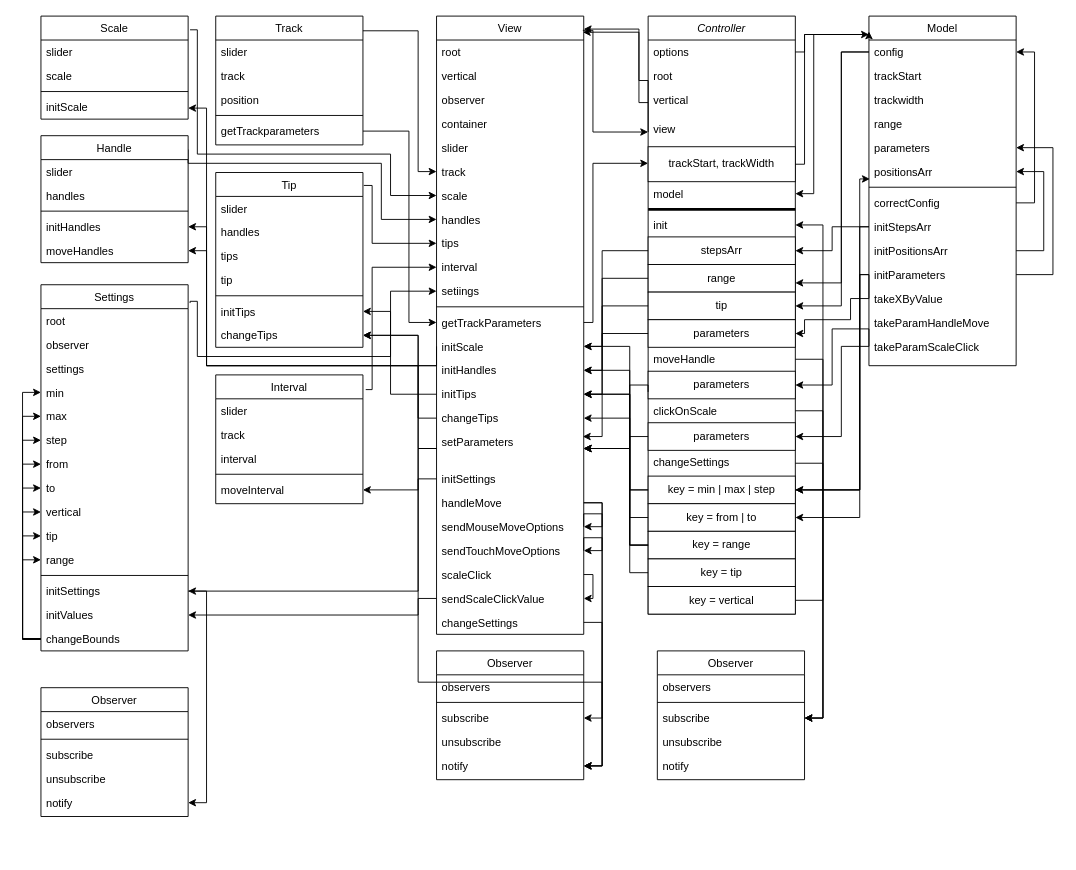
Earlier version of the draw.io diagram Untitled Diagram.drawio (galiaMuslimova/Slider). Source tidied: cells renumbered, new cells numbered last; positions are measured from the earlier drawing's top-left corner, leaving out a move shared by most shapes. Both pictures are drawn from the tidied source at 92%, with x=0, y=0 at pixel (40, 16).
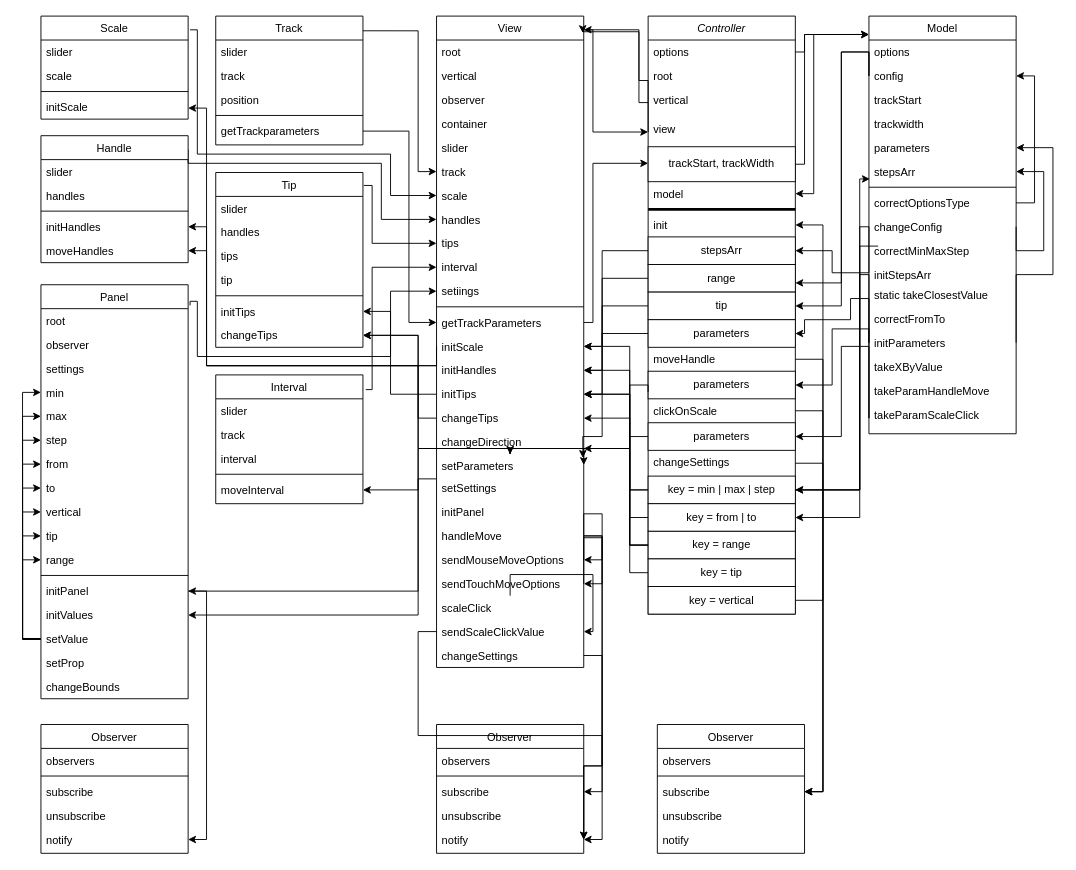
After the change.

The change refers to these unchanged cells:
```xml
<mxCell id="69" value="key = from | to" style="rounded=0;whiteSpace=wrap;html=1;" parent="50" vertex="1">
  <mxGeometry y="530" width="160" height="30" as="geometry" />
</mxCell>
```

The edit, as a diff of the source:
```diff
@@
     <mxCell id="2" value="View" style="swimlane;fontStyle=0;align=center;verticalAlign=top;horizontal=1;startSize=26;rounded=0;shadow=0;strokeWidth=1;" parent="1" vertex="1">
-      <mxGeometry x="430" width="160" height="672" as="geometry" />
+      <mxGeometry x="430" width="160" height="708" as="geometry" />
     </mxCell>
@@
+    <mxCell id="200" value="changeDirection" style="text;align=left;verticalAlign=top;spacingLeft=4;spacingRight=4;overflow=hidden;" parent="2" vertex="1">
+      <mxGeometry y="450" width="160" height="26" as="geometry" />
+    </mxCell>
     <mxCell id="20" value="setParameters" style="text;align=left;verticalAlign=top;spacingLeft=4;spacingRight=4;overflow=hidden;points=[[0,0.5],[1,0.5]];portConstraint=eastwest;" parent="2" vertex="1">
-      <mxGeometry y="450" width="160" height="40" as="geometry" />
+      <mxGeometry y="476" width="160" height="24" as="geometry" />
     </mxCell>
-    <mxCell id="21" value="initSettings" style="text;align=left;verticalAlign=top;spacingLeft=4;spacingRight=4;overflow=hidden;points=[[0,0.5],[1,0.5]];portConstraint=eastwest;" parent="2" vertex="1">
-      <mxGeometry y="490" width="160" height="26" as="geometry" />
+    <mxCell id="21" value="setSettings" style="text;align=left;verticalAlign=top;spacingLeft=4;spacingRight=4;overflow=hidden;points=[[0,0.5],[1,0.5]];portConstraint=eastwest;" parent="2" vertex="1">
+      <mxGeometry y="500" width="160" height="26" as="geometry" />
     </mxCell>
@@
+    <mxCell id="201" value="initPanel" style="text;align=left;verticalAlign=top;spacingLeft=4;spacingRight=4;overflow=hidden;" parent="2" vertex="1">
+      <mxGeometry y="526" width="160" height="26" as="geometry" />
+    </mxCell>
     <mxCell id="24" value="handleMove" style="text;align=left;verticalAlign=top;spacingLeft=4;spacingRight=4;overflow=hidden;points=[[0,0.5],[1,0.5]];portConstraint=eastwest;" parent="2" vertex="1">
-      <mxGeometry y="516" width="160" height="26" as="geometry" />
+      <mxGeometry y="552" width="160" height="26" as="geometry" />
     </mxCell>
     <mxCell id="25" value="sendMouseMoveOptions" style="text;align=left;verticalAlign=top;spacingLeft=4;spacingRight=4;overflow=hidden;points=[[0,0.5],[1,0.5]];portConstraint=eastwest;" parent="2" vertex="1">
-      <mxGeometry y="542" width="160" height="26" as="geometry" />
+      <mxGeometry y="578" width="160" height="26" as="geometry" />
     </mxCell>
     <mxCell id="26" value="sendTouchMoveOptions" style="text;align=left;verticalAlign=top;spacingLeft=4;spacingRight=4;overflow=hidden;points=[[0,0.5],[1,0.5]];portConstraint=eastwest;" parent="2" vertex="1">
-      <mxGeometry y="568" width="160" height="26" as="geometry" />
+      <mxGeometry y="604" width="160" height="26" as="geometry" />
     </mxCell>
     <mxCell id="27" value="scaleClick" style="text;align=left;verticalAlign=top;spacingLeft=4;spacingRight=4;overflow=hidden;points=[[0,0.5],[1,0.5]];portConstraint=eastwest;" parent="2" vertex="1">
-      <mxGeometry y="594" width="160" height="26" as="geometry" />
+      <mxGeometry y="630" width="160" height="26" as="geometry" />
     </mxCell>
     <mxCell id="28" value="sendScaleClickValue" style="text;align=left;verticalAlign=top;spacingLeft=4;spacingRight=4;overflow=hidden;points=[[0,0.5],[1,0.5]];portConstraint=eastwest;" parent="2" vertex="1">
-      <mxGeometry y="620" width="160" height="26" as="geometry" />
+      <mxGeometry y="656" width="160" height="26" as="geometry" />
     </mxCell>
     <mxCell id="29" value="changeSettings" style="text;align=left;verticalAlign=top;spacingLeft=4;spacingRight=4;overflow=hidden;points=[[0,0.5],[1,0.5]];portConstraint=eastwest;" parent="2" vertex="1">
-      <mxGeometry y="646" width="160" height="26" as="geometry" />
+      <mxGeometry y="682" width="160" height="26" as="geometry" />
     </mxCell>
@@
     <mxCell id="32" value="Model" style="swimlane;fontStyle=0;align=center;verticalAlign=top;horizontal=1;startSize=26;rounded=0;shadow=0;strokeWidth=1;" parent="1" vertex="1">
-      <mxGeometry x="900" width="160" height="380" as="geometry" />
+      <mxGeometry x="900" width="160" height="454" as="geometry" />
     </mxCell>
+    <mxCell id="36" value="options" style="text;align=left;verticalAlign=top;spacingLeft=4;spacingRight=4;overflow=hidden;rounded=0;shadow=0;html=0;" parent="32" vertex="1">
+      <mxGeometry y="26" width="160" height="26" as="geometry" />
+    </mxCell>
     <mxCell id="33" value="config" style="text;align=left;verticalAlign=top;spacingLeft=4;spacingRight=4;overflow=hidden;points=[[0,0.5],[1,0.5]];portConstraint=eastwest;rounded=0;shadow=0;html=0;" parent="32" vertex="1">
-      <mxGeometry y="26" width="160" height="26" as="geometry" />
+      <mxGeometry y="52" width="160" height="26" as="geometry" />
     </mxCell>
     <mxCell id="34" value="trackStart" style="text;align=left;verticalAlign=top;spacingLeft=4;spacingRight=4;overflow=hidden;rounded=0;shadow=0;html=0;" parent="32" vertex="1">
-      <mxGeometry y="52" width="160" height="26" as="geometry" />
+      <mxGeometry y="78" width="160" height="26" as="geometry" />
     </mxCell>
     <mxCell id="35" value="trackwidth" style="text;align=left;verticalAlign=top;spacingLeft=4;spacingRight=4;overflow=hidden;rounded=0;shadow=0;html=0;" parent="32" vertex="1">
-      <mxGeometry y="78" width="160" height="26" as="geometry" />
+      <mxGeometry y="104" width="160" height="26" as="geometry" />
     </mxCell>
-    <mxCell id="36" value="range" style="text;align=left;verticalAlign=top;spacingLeft=4;spacingRight=4;overflow=hidden;rounded=0;shadow=0;html=0;" parent="32" vertex="1">
-      <mxGeometry y="104" width="160" height="26" as="geometry" />
-    </mxCell>
@@
-    <mxCell id="38" value="positionsArr" style="text;align=left;verticalAlign=top;spacingLeft=4;spacingRight=4;overflow=hidden;points=[[0,0.5],[1,0.5]];portConstraint=eastwest;" parent="32" vertex="1">
+    <mxCell id="38" value="stepsArr" style="text;align=left;verticalAlign=top;spacingLeft=4;spacingRight=4;overflow=hidden;points=[[0,0.5],[1,0.5]];portConstraint=eastwest;" parent="32" vertex="1">
       <mxGeometry y="156" width="160" height="26" as="geometry" />
     </mxCell>
@@
-    <mxCell id="41" value="correctConfig" style="text;align=left;verticalAlign=top;spacingLeft=4;spacingRight=4;overflow=hidden;points=[[0,0.5],[1,0.5]];portConstraint=eastwest;rounded=0;shadow=0;html=0;" parent="32" vertex="1">
+    <mxCell id="41" value="correctOptionsType" style="text;align=left;verticalAlign=top;spacingLeft=4;spacingRight=4;overflow=hidden;points=[[0,0.5],[1,0.5]];portConstraint=eastwest;rounded=0;shadow=0;html=0;" parent="32" vertex="1">
       <mxGeometry y="190" width="160" height="26" as="geometry" />
     </mxCell>
+    <mxCell id="44" value="changeConfig" style="text;align=left;verticalAlign=top;spacingLeft=4;spacingRight=4;overflow=hidden;points=[[0,0.5],[1,0.5]];portConstraint=eastwest;rounded=0;shadow=0;html=0;" parent="32" vertex="1">
+      <mxGeometry y="216" width="160" height="26" as="geometry" />
+    </mxCell>
+    <mxCell id="202" value="correctMinMaxStep" style="text;align=left;verticalAlign=top;spacingLeft=4;spacingRight=4;overflow=hidden;rounded=0;shadow=0;html=0;" parent="32" vertex="1">
+      <mxGeometry y="242" width="160" height="26" as="geometry" />
+    </mxCell>
     <mxCell id="42" value="initStepsArr" style="text;align=left;verticalAlign=top;spacingLeft=4;spacingRight=4;overflow=hidden;points=[[0,0.5],[1,0.5]];portConstraint=eastwest;rounded=0;shadow=0;html=0;" parent="32" vertex="1">
-      <mxGeometry y="216" width="160" height="26" as="geometry" />
+      <mxGeometry y="268" width="160" height="22" as="geometry" />
     </mxCell>
@@
-    <mxCell id="44" value="initPositionsArr" style="text;align=left;verticalAlign=top;spacingLeft=4;spacingRight=4;overflow=hidden;points=[[0,0.5],[1,0.5]];portConstraint=eastwest;rounded=0;shadow=0;html=0;" parent="32" vertex="1">
-      <mxGeometry y="242" width="160" height="26" as="geometry" />
-    </mxCell>
@@
+    <mxCell id="203" value="static takeClosestValue" style="text;align=left;verticalAlign=top;spacingLeft=4;spacingRight=4;overflow=hidden;rounded=0;shadow=0;html=0;" parent="32" vertex="1">
+      <mxGeometry y="290" width="160" height="26" as="geometry" />
+    </mxCell>
+    <mxCell id="204" value="correctFromTo" style="text;align=left;verticalAlign=top;spacingLeft=4;spacingRight=4;overflow=hidden;rounded=0;shadow=0;html=0;" parent="32" vertex="1">
+      <mxGeometry y="316" width="160" height="26" as="geometry" />
+    </mxCell>
     <mxCell id="46" value="initParameters" style="text;align=left;verticalAlign=top;spacingLeft=4;spacingRight=4;overflow=hidden;points=[[0,0.5],[1,0.5]];portConstraint=eastwest;rounded=0;shadow=0;html=0;" parent="32" vertex="1">
-      <mxGeometry y="268" width="160" height="26" as="geometry" />
+      <mxGeometry y="342" width="160" height="26" as="geometry" />
     </mxCell>
     <mxCell id="47" value="takeXByValue" style="text;align=left;verticalAlign=top;spacingLeft=4;spacingRight=4;overflow=hidden;rounded=0;shadow=0;html=0;" parent="32" vertex="1">
-      <mxGeometry y="294" width="160" height="26" as="geometry" />
+      <mxGeometry y="368" width="160" height="26" as="geometry" />
     </mxCell>
     <mxCell id="48" value="takeParamHandleMove" style="text;align=left;verticalAlign=top;spacingLeft=4;spacingRight=4;overflow=hidden;rounded=0;shadow=0;html=0;" parent="32" vertex="1">
-      <mxGeometry y="320" width="160" height="26" as="geometry" />
+      <mxGeometry y="394" width="160" height="26" as="geometry" />
     </mxCell>
     <mxCell id="49" value="takeParamScaleClick" style="text;align=left;verticalAlign=top;spacingLeft=4;spacingRight=4;overflow=hidden;points=[[0,0.5],[1,0.5]];portConstraint=eastwest;rounded=0;shadow=0;html=0;" parent="32" vertex="1">
-      <mxGeometry y="346" width="160" height="26" as="geometry" />
+      <mxGeometry y="420" width="160" height="34" as="geometry" />
     </mxCell>
@@
     <mxCell id="87" value="Observer" style="swimlane;fontStyle=0;align=center;verticalAlign=top;horizontal=1;startSize=26;rounded=0;shadow=0;strokeWidth=1;" parent="1" vertex="1">
-      <mxGeometry x="670" y="690" width="160" height="140" as="geometry" />
+      <mxGeometry x="670" y="770" width="160" height="140" as="geometry" />
     </mxCell>
@@
     <mxCell id="96" value="Observer" style="swimlane;fontStyle=0;align=center;verticalAlign=top;horizontal=1;startSize=26;rounded=0;shadow=0;strokeWidth=1;" parent="1" vertex="1">
-      <mxGeometry x="430" y="690" width="160" height="140" as="geometry" />
+      <mxGeometry x="430" y="770" width="160" height="140" as="geometry" />
     </mxCell>
@@
-    <mxCell id="140" value="Settings" style="swimlane;fontStyle=0;align=center;verticalAlign=top;horizontal=1;startSize=26;rounded=0;shadow=0;strokeWidth=1;" parent="1" vertex="1">
-      <mxGeometry y="292" width="160" height="398" as="geometry" />
+    <mxCell id="140" value="Panel" style="swimlane;fontStyle=0;align=center;verticalAlign=top;horizontal=1;startSize=26;rounded=0;shadow=0;strokeWidth=1;" parent="1" vertex="1">
+      <mxGeometry y="292" width="160" height="450" as="geometry" />
     </mxCell>
@@
-    <mxCell id="153" value="initSettings" style="text;align=left;verticalAlign=top;spacingLeft=4;spacingRight=4;overflow=hidden;points=[[0,0.5],[1,0.5]];portConstraint=eastwest;rounded=0;shadow=0;html=0;" parent="140" vertex="1">
+    <mxCell id="153" value="initPanel" style="text;align=left;verticalAlign=top;spacingLeft=4;spacingRight=4;overflow=hidden;points=[[0,0.5],[1,0.5]];portConstraint=eastwest;rounded=0;shadow=0;html=0;" parent="140" vertex="1">
       <mxGeometry y="320" width="160" height="26" as="geometry" />
     </mxCell>
@@
-    <mxCell id="163" value="changeBounds" style="text;align=left;verticalAlign=top;spacingLeft=4;spacingRight=4;overflow=hidden;points=[[0,0.5],[1,0.5]];portConstraint=eastwest;rounded=0;shadow=0;html=0;" parent="140" vertex="1">
+    <mxCell id="163" value="setValue" style="text;align=left;verticalAlign=top;spacingLeft=4;spacingRight=4;overflow=hidden;points=[[0,0.5],[1,0.5]];portConstraint=eastwest;rounded=0;shadow=0;html=0;" parent="140" vertex="1">
       <mxGeometry y="372" width="160" height="26" as="geometry" />
     </mxCell>
+    <mxCell id="205" value="setProp" style="text;align=left;verticalAlign=top;spacingLeft=4;spacingRight=4;overflow=hidden;rounded=0;shadow=0;html=0;" parent="140" vertex="1">
+      <mxGeometry y="398" width="160" height="26" as="geometry" />
+    </mxCell>
+    <mxCell id="206" value="changeBounds" style="text;align=left;verticalAlign=top;spacingLeft=4;spacingRight=4;overflow=hidden;rounded=0;shadow=0;html=0;" parent="140" vertex="1">
+      <mxGeometry y="424" width="160" height="26" as="geometry" />
+    </mxCell>
     <mxCell id="164" value="Observer" style="swimlane;fontStyle=0;align=center;verticalAlign=top;horizontal=1;startSize=26;rounded=0;shadow=0;strokeWidth=1;" parent="1" vertex="1">
-      <mxGeometry y="730" width="160" height="140" as="geometry" />
+      <mxGeometry y="770" width="160" height="140" as="geometry" />
     </mxCell>
@@
-    <mxCell id="185" style="edgeStyle=orthogonalEdgeStyle;rounded=0;jettySize=auto;html=1;entryX=1;entryY=0.5;entryDx=0;entryDy=0;" parent="1" edge="1" source="46" target="69">
+    <mxCell id="185" style="edgeStyle=orthogonalEdgeStyle;rounded=0;jettySize=auto;html=1;entryX=1;entryY=0.5;entryDx=0;entryDy=0;" parent="1" edge="1" target="69">
       <mxGeometry relative="1" as="geometry">
+        <mxPoint x="910" y="250" as="sourcePoint" />
         <Array as="points">
-          <mxPoint x="890" y="281" />
+          <mxPoint x="910" y="250" />
+          <mxPoint x="890" y="250" />
           <mxPoint x="890" y="545" />
         </Array>
       </mxGeometry>
     </mxCell>
@@
     <mxCell id="198" style="edgeStyle=orthogonalEdgeStyle;rounded=0;jettySize=auto;html=1;" parent="1" edge="1" source="21" target="153">
       <mxGeometry relative="1" as="geometry">
         <Array as="points">
+          <mxPoint x="430" y="503" />
           <mxPoint x="410" y="503" />
           <mxPoint x="410" y="625" />
         </Array>
       </mxGeometry>
     </mxCell>
```
